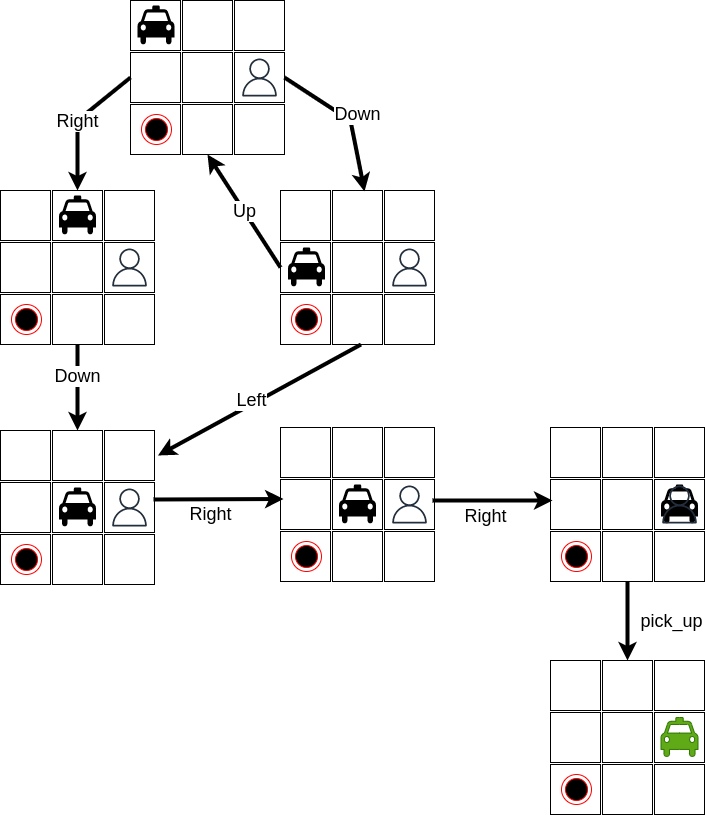
Before: docs/classes/02_problem_solving/img/spaces.png, a diagram exported from draw.io (Insper/rl). Source tidied: cells renumbered, new cells last; positions are measured from the earlier drawing's top-left corner, leaving out a move shared by most shapes.
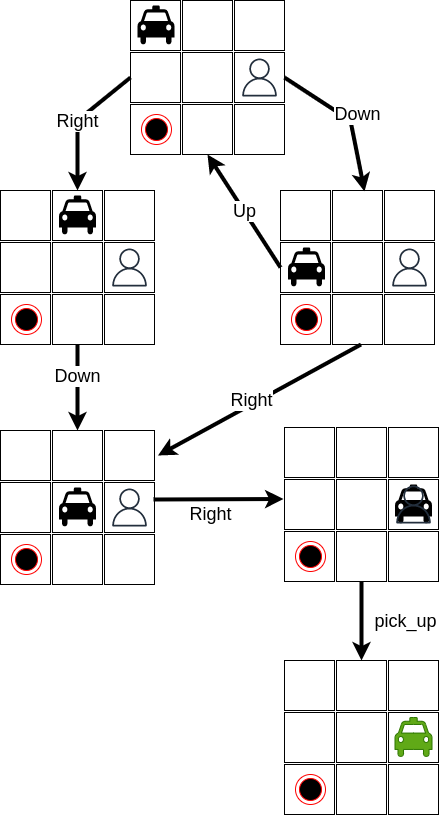
After the commit.

Change to the diagram source:
```diff
@@ -180,47 +180,11 @@
         <mxPoint x="157.5" y="455" as="targetPoint" />
       </mxGeometry>
     </mxCell>
-    <mxCell id="57" value="Left" style="edgeLabel;html=1;align=center;verticalAlign=middle;fontSize=18;" parent="56" vertex="1">
+    <mxCell id="57" value="Right" style="edgeLabel;html=1;align=center;verticalAlign=middle;fontSize=18;" parent="56" vertex="1">
       <mxGeometry x="-0.28" y="-1" relative="1" as="geometry">
         <mxPoint x="-37" y="17" as="offset" />
       </mxGeometry>
     </mxCell>
-    <mxCell id="58" style="whiteSpace=wrap;html=1;" parent="1" vertex="1">
-      <mxGeometry x="280" y="427" width="50" height="50" as="geometry" />
-    </mxCell>
-    <mxCell id="59" style="whiteSpace=wrap;html=1;" parent="1" vertex="1">
-      <mxGeometry x="332" y="427" width="50" height="50" as="geometry" />
-    </mxCell>
-    <mxCell id="60" style="whiteSpace=wrap;html=1;" parent="1" vertex="1">
-      <mxGeometry x="384" y="427" width="50" height="50" as="geometry" />
-    </mxCell>
-    <mxCell id="61" style="whiteSpace=wrap;html=1;" parent="1" vertex="1">
-      <mxGeometry x="280" y="479" width="50" height="50" as="geometry" />
-    </mxCell>
-    <mxCell id="62" style="whiteSpace=wrap;html=1;" parent="1" vertex="1">
-      <mxGeometry x="332" y="479" width="50" height="50" as="geometry" />
-    </mxCell>
-    <mxCell id="63" style="whiteSpace=wrap;html=1;" parent="1" vertex="1">
-      <mxGeometry x="384" y="479" width="50" height="50" as="geometry" />
-    </mxCell>
-    <mxCell id="64" style="whiteSpace=wrap;html=1;" parent="1" vertex="1">
-      <mxGeometry x="280" y="531" width="50" height="50" as="geometry" />
-    </mxCell>
-    <mxCell id="65" style="whiteSpace=wrap;html=1;" parent="1" vertex="1">
-      <mxGeometry x="332" y="531" width="50" height="50" as="geometry" />
-    </mxCell>
-    <mxCell id="66" style="whiteSpace=wrap;html=1;" parent="1" vertex="1">
-      <mxGeometry x="384" y="531" width="50" height="50" as="geometry" />
-    </mxCell>
-    <mxCell id="67" style="shape=mxgraph.signs.transportation.taxi;html=1;fillColor=#000000;strokeColor=none;verticalLabelPosition=bottom;verticalAlign=top;align=center;" parent="1" vertex="1">
-      <mxGeometry x="338.5" y="484" width="37" height="40" as="geometry" />
-    </mxCell>
-    <mxCell id="68" style="ellipse;html=1;shape=endState;fillColor=#000000;strokeColor=#ff0000;" parent="1" vertex="1">
-      <mxGeometry x="291" y="541" width="30" height="30" as="geometry" />
-    </mxCell>
-    <mxCell id="69" style="sketch=0;fontColor=#232F3E;gradientColor=none;fillColor=#232F3D;strokeColor=none;dashed=0;verticalLabelPosition=bottom;verticalAlign=top;align=center;html=1;fontSize=12;fontStyle=0;shape=mxgraph.aws4.user;" parent="1" vertex="1">
-      <mxGeometry x="390" y="485" width="38" height="38" as="geometry" />
-    </mxCell>
     <mxCell id="70" style="endArrow=classic;html=1;rounded=0;exitX=1.108;exitY=0.579;exitDx=0;exitDy=0;entryX=0;entryY=0.75;entryDx=0;entryDy=0;strokeWidth=4;exitPerimeter=0;" parent="1" edge="1">
       <mxGeometry relative="1" as="geometry">
         <mxPoint x="153" y="499" as="sourcePoint" />
@@ -233,84 +197,73 @@
       </mxGeometry>
     </mxCell>
     <mxCell id="72" style="whiteSpace=wrap;html=1;" parent="1" vertex="1">
-      <mxGeometry x="550" y="427" width="50" height="50" as="geometry" />
+      <mxGeometry x="284" y="427" width="50" height="50" as="geometry" />
     </mxCell>
     <mxCell id="73" style="whiteSpace=wrap;html=1;" parent="1" vertex="1">
-      <mxGeometry x="602" y="427" width="50" height="50" as="geometry" />
+      <mxGeometry x="336" y="427" width="50" height="50" as="geometry" />
     </mxCell>
     <mxCell id="74" style="whiteSpace=wrap;html=1;" parent="1" vertex="1">
-      <mxGeometry x="654" y="427" width="50" height="50" as="geometry" />
+      <mxGeometry x="388" y="427" width="50" height="50" as="geometry" />
     </mxCell>
     <mxCell id="75" style="whiteSpace=wrap;html=1;" parent="1" vertex="1">
-      <mxGeometry x="550" y="479" width="50" height="50" as="geometry" />
+      <mxGeometry x="284" y="479" width="50" height="50" as="geometry" />
     </mxCell>
     <mxCell id="76" style="whiteSpace=wrap;html=1;" parent="1" vertex="1">
-      <mxGeometry x="602" y="479" width="50" height="50" as="geometry" />
+      <mxGeometry x="336" y="479" width="50" height="50" as="geometry" />
     </mxCell>
     <mxCell id="77" style="whiteSpace=wrap;html=1;" parent="1" vertex="1">
-      <mxGeometry x="654" y="479" width="50" height="50" as="geometry" />
+      <mxGeometry x="388" y="479" width="50" height="50" as="geometry" />
     </mxCell>
     <mxCell id="78" style="whiteSpace=wrap;html=1;" parent="1" vertex="1">
-      <mxGeometry x="550" y="531" width="50" height="50" as="geometry" />
+      <mxGeometry x="284" y="531" width="50" height="50" as="geometry" />
     </mxCell>
     <mxCell id="79" style="whiteSpace=wrap;html=1;" parent="1" vertex="1">
-      <mxGeometry x="602" y="531" width="50" height="50" as="geometry" />
+      <mxGeometry x="336" y="531" width="50" height="50" as="geometry" />
     </mxCell>
     <mxCell id="80" style="whiteSpace=wrap;html=1;" parent="1" vertex="1">
-      <mxGeometry x="654" y="531" width="50" height="50" as="geometry" />
+      <mxGeometry x="388" y="531" width="50" height="50" as="geometry" />
     </mxCell>
     <mxCell id="81" style="shape=mxgraph.signs.transportation.taxi;html=1;fillColor=#000000;strokeColor=none;verticalLabelPosition=bottom;verticalAlign=top;align=center;" parent="1" vertex="1">
-      <mxGeometry x="660.5" y="484" width="37" height="40" as="geometry" />
+      <mxGeometry x="394.5" y="484" width="37" height="40" as="geometry" />
     </mxCell>
     <mxCell id="82" style="ellipse;html=1;shape=endState;fillColor=#000000;strokeColor=#ff0000;" parent="1" vertex="1">
-      <mxGeometry x="561" y="541" width="30" height="30" as="geometry" />
+      <mxGeometry x="295" y="541" width="30" height="30" as="geometry" />
     </mxCell>
     <mxCell id="83" style="sketch=0;fontColor=#232F3E;gradientColor=none;fillColor=#232F3D;strokeColor=none;dashed=0;verticalLabelPosition=bottom;verticalAlign=top;align=center;html=1;fontSize=12;fontStyle=0;shape=mxgraph.aws4.user;" parent="1" vertex="1">
-      <mxGeometry x="660" y="485" width="38" height="38" as="geometry" />
+      <mxGeometry x="394" y="485" width="38" height="38" as="geometry" />
     </mxCell>
-    <mxCell id="84" style="endArrow=classic;html=1;rounded=0;entryX=0;entryY=0.75;entryDx=0;entryDy=0;strokeWidth=4;" parent="1" edge="1">
-      <mxGeometry relative="1" as="geometry">
-        <mxPoint x="432" y="500" as="sourcePoint" />
-        <mxPoint x="552" y="500" as="targetPoint" />
-      </mxGeometry>
-    </mxCell>
-    <mxCell id="85" value="Right" style="edgeLabel;html=1;align=center;verticalAlign=middle;fontSize=18;" parent="84" vertex="1">
-      <mxGeometry x="-0.28" y="-1" relative="1" as="geometry">
-        <mxPoint x="9" y="14" as="offset" />
-      </mxGeometry>
-    </mxCell>
     <mxCell id="86" style="whiteSpace=wrap;html=1;" parent="1" vertex="1">
-      <mxGeometry x="550" y="660" width="50" height="50" as="geometry" />
+      <mxGeometry x="284" y="660" width="50" height="50" as="geometry" />
     </mxCell>
     <mxCell id="87" style="whiteSpace=wrap;html=1;" parent="1" vertex="1">
-      <mxGeometry x="602" y="660" width="50" height="50" as="geometry" />
+      <mxGeometry x="336" y="660" width="50" height="50" as="geometry" />
     </mxCell>
     <mxCell id="88" style="whiteSpace=wrap;html=1;" parent="1" vertex="1">
-      <mxGeometry x="654" y="660" width="50" height="50" as="geometry" />
+      <mxGeometry x="388" y="660" width="50" height="50" as="geometry" />
     </mxCell>
     <mxCell id="89" style="whiteSpace=wrap;html=1;" parent="1" vertex="1">
-      <mxGeometry x="550" y="712" width="50" height="50" as="geometry" />
+      <mxGeometry x="284" y="712" width="50" height="50" as="geometry" />
     </mxCell>
     <mxCell id="90" style="whiteSpace=wrap;html=1;" parent="1" vertex="1">
-      <mxGeometry x="602" y="712" width="50" height="50" as="geometry" />
+      <mxGeometry x="336" y="712" width="50" height="50" as="geometry" />
     </mxCell>
     <mxCell id="91" style="whiteSpace=wrap;html=1;" parent="1" vertex="1">
-      <mxGeometry x="654" y="712" width="50" height="50" as="geometry" />
+      <mxGeometry x="388" y="712" width="50" height="50" as="geometry" />
     </mxCell>
     <mxCell id="92" style="whiteSpace=wrap;html=1;" parent="1" vertex="1">
-      <mxGeometry x="550" y="764" width="50" height="50" as="geometry" />
+      <mxGeometry x="284" y="764" width="50" height="50" as="geometry" />
     </mxCell>
     <mxCell id="93" style="whiteSpace=wrap;html=1;" parent="1" vertex="1">
-      <mxGeometry x="602" y="764" width="50" height="50" as="geometry" />
+      <mxGeometry x="336" y="764" width="50" height="50" as="geometry" />
     </mxCell>
     <mxCell id="94" style="whiteSpace=wrap;html=1;" parent="1" vertex="1">
-      <mxGeometry x="654" y="764" width="50" height="50" as="geometry" />
+      <mxGeometry x="388" y="764" width="50" height="50" as="geometry" />
     </mxCell>
     <mxCell id="95" style="shape=mxgraph.signs.transportation.taxi;html=1;fillColor=#60a917;strokeColor=#2D7600;verticalLabelPosition=bottom;verticalAlign=top;align=center;fontColor=#ffffff;" parent="1" vertex="1">
-      <mxGeometry x="660.5" y="717" width="37" height="40" as="geometry" />
+      <mxGeometry x="394.5" y="717" width="37" height="40" as="geometry" />
     </mxCell>
     <mxCell id="96" style="ellipse;html=1;shape=endState;fillColor=#000000;strokeColor=#ff0000;" parent="1" vertex="1">
-      <mxGeometry x="561" y="774" width="30" height="30" as="geometry" />
+      <mxGeometry x="295" y="774" width="30" height="30" as="geometry" />
     </mxCell>
     <mxCell id="97" style="endArrow=classic;html=1;rounded=0;entryX=0.5;entryY=0;entryDx=0;entryDy=0;strokeWidth=4;exitX=0.5;exitY=1;exitDx=0;exitDy=0;" parent="1" edge="1" source="79" target="87">
       <mxGeometry relative="1" as="geometry" />
```
